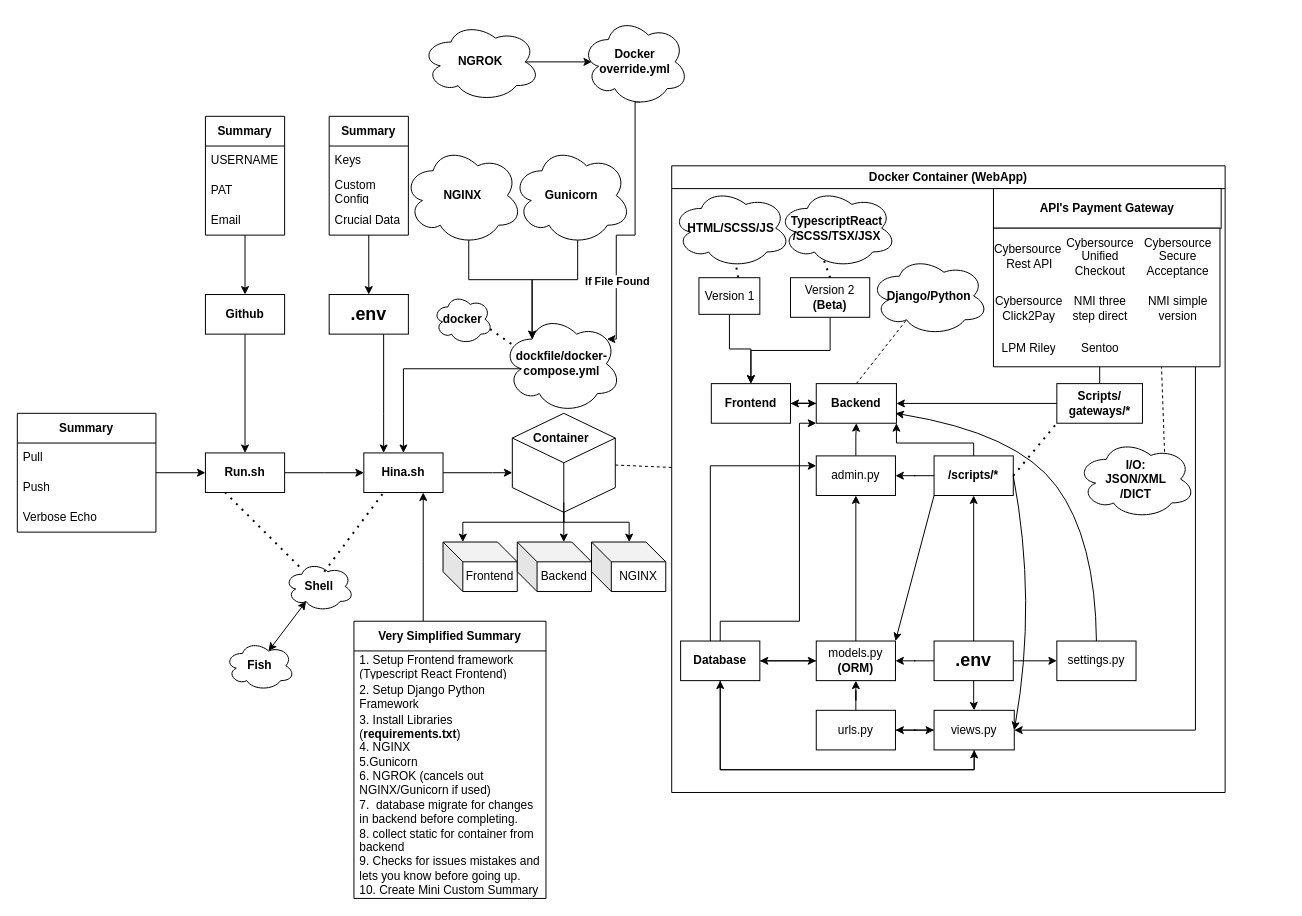
Above: ArchDiagram.drawio in alejandroatacho/diagrams.net (draw.io), before the change. Source tidied: cells renumbered, new cells numbered last; positions are measured from the earlier drawing's top-left corner, leaving out a move shared by most shapes. Both pictures are drawn from the tidied source at 99%, with x=0, y=0 at pixel (17, 17).
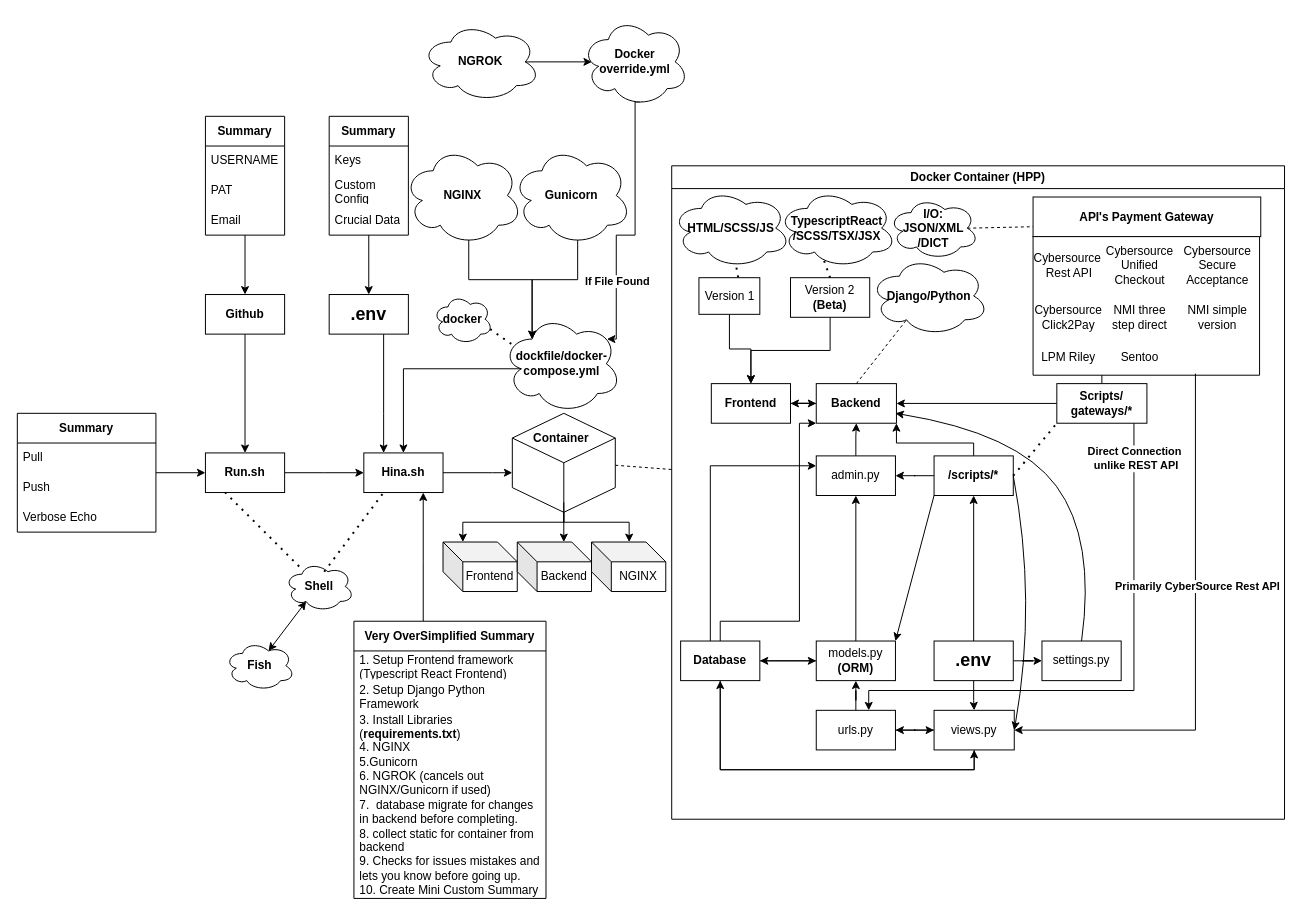
The same diagram, later.

The change refers to these unchanged cells:
```xml
<mxCell id="30" value="&lt;div&gt;models.py&lt;br&gt;&lt;b&gt;(ORM)&lt;/b&gt;&lt;br&gt;&lt;/div&gt;" style="rounded=0;whiteSpace=wrap;html=1;" parent="13" vertex="1">
  <mxGeometry x="146" y="480" width="80" height="40" as="geometry" />
</mxCell>
<mxCell id="32" value="&lt;div&gt;&lt;b&gt;API's Payment Gateway&lt;/b&gt;&lt;/div&gt;" style="rounded=0;whiteSpace=wrap;html=1;" parent="31" vertex="1">
  <mxGeometry x="26" width="230" height="40" as="geometry" />
</mxCell>
<mxCell id="42" style="shape=tableRow;horizontal=0;startSize=0;swimlaneHead=0;swimlaneBody=0;top=0;left=0;bottom=0;right=0;fillColor=none;points=[[0,0.5],[1,0.5]];portConstraint=eastwest;fontSize=16;strokeColor=inherit;" parent="33" vertex="1">
  <mxGeometry y="104" width="228.8" height="36" as="geometry" />
</mxCell>
<mxCell id="57" value="&lt;div&gt;&lt;b&gt;&lt;font style=&quot;font-size: 18px;&quot;&gt;.env&lt;/font&gt;&lt;/b&gt;&lt;/div&gt;" style="rounded=0;whiteSpace=wrap;html=1;" parent="13" vertex="1">
  <mxGeometry x="265" y="480" width="80" height="40" as="geometry" />
</mxCell>
<mxCell id="60" value="&lt;div&gt;views.py&lt;/div&gt;" style="rounded=0;whiteSpace=wrap;html=1;" parent="13" vertex="1">
  <mxGeometry x="265" y="550" width="81" height="40" as="geometry" />
</mxCell>
```

The edit, as a diff of the source:
```diff
@@
-    <mxCell id="9" value="&lt;b&gt;Very Simplified Summary&lt;/b&gt;" style="swimlane;fontStyle=0;horizontal=1;startSize=30;whiteSpace=wrap;html=1;" parent="1" vertex="1">
+    <mxCell id="9" value="&lt;b&gt;Very OverSimplified Summary&lt;/b&gt;" style="swimlane;fontStyle=0;horizontal=1;startSize=30;whiteSpace=wrap;html=1;" parent="1" vertex="1">
       <mxGeometry x="340" y="610" width="194" height="280" as="geometry" />
     </mxCell>
@@
-    <mxCell id="13" value="Docker Container (WebApp)" style="swimlane;whiteSpace=wrap;html=1;" parent="1" vertex="1">
-      <mxGeometry x="661" y="150" width="559" height="633" as="geometry" />
+    <mxCell id="13" value="Docker Container (HPP)" style="swimlane;whiteSpace=wrap;html=1;" parent="1" vertex="1">
+      <mxGeometry x="661" y="150" width="619" height="660" as="geometry" />
     </mxCell>
@@
+    <mxCell id="123" style="edgeStyle=orthogonalEdgeStyle;rounded=0;orthogonalLoop=1;jettySize=auto;html=1;exitX=0.75;exitY=1;exitDx=0;exitDy=0;entryX=0.75;entryY=0;entryDx=0;entryDy=0;" parent="13" edge="1">
+      <mxGeometry relative="1" as="geometry">
+        <mxPoint x="466.9" y="260" as="sourcePoint" />
+        <mxPoint x="199" y="550" as="targetPoint" />
+        <Array as="points">
+          <mxPoint x="467" y="530" />
+          <mxPoint x="199" y="530" />
+        </Array>
+      </mxGeometry>
+    </mxCell>
+    <mxCell id="124" value="&lt;b&gt;Direct Connection&amp;nbsp;&lt;/b&gt;&lt;div&gt;&lt;b&gt;unlike REST API&lt;/b&gt;&lt;/div&gt;" style="edgeLabel;html=1;align=center;verticalAlign=middle;" parent="123" vertex="1">
+      <mxGeometry x="-0.57" y="2" relative="1" as="geometry">
+        <mxPoint y="-85" as="offset" />
+      </mxGeometry>
+    </mxCell>
     <mxCell id="27" value="&lt;div&gt;&lt;b&gt;Scripts/&lt;/b&gt;&lt;/div&gt;&lt;div&gt;&lt;b&gt;gateways/*&lt;/b&gt;&lt;/div&gt;" style="rounded=0;whiteSpace=wrap;html=1;" parent="13" vertex="1">
-      <mxGeometry x="389" y="220" width="86.5" height="40" as="geometry" />
+      <mxGeometry x="389" y="220" width="91" height="40" as="geometry" />
     </mxCell>
@@
     <mxCell id="31" style="group;" parent="13" vertex="1">
-      <mxGeometry x="299" y="23" width="230" height="190" as="geometry" />
+      <mxGeometry x="339" y="31.5" width="230" height="190" as="geometry" />
     </mxCell>
@@
-    <mxCell id="53" style="edgeStyle=orthogonalEdgeStyle;rounded=0;jettySize=auto;html=1;entryX=1;entryY=0.5;entryDx=0;entryDy=0;" parent="13" edge="1" source="57" target="30">
-      <mxGeometry relative="1" as="geometry" />
-    </mxCell>
@@
     <mxCell id="61" value="&lt;div&gt;settings.py&lt;/div&gt;" style="rounded=0;whiteSpace=wrap;html=1;" parent="13" vertex="1">
-      <mxGeometry x="389" y="480" width="80" height="40" as="geometry" />
+      <mxGeometry x="374" y="480" width="80" height="40" as="geometry" />
     </mxCell>
@@
+    <mxCell id="77" style="edgeStyle=orthogonalEdgeStyle;rounded=0;jettySize=auto;html=1;" parent="13" edge="1" target="60">
+      <mxGeometry relative="1" as="geometry">
+        <mxPoint x="529" y="210" as="sourcePoint" />
+        <Array as="points">
+          <mxPoint x="529" y="570" />
+        </Array>
+      </mxGeometry>
+    </mxCell>
+    <mxCell id="125" value="&lt;b&gt;Primarily CyberSource Rest API&lt;/b&gt;" style="edgeLabel;html=1;align=center;verticalAlign=middle;" parent="77" vertex="1">
+      <mxGeometry x="-0.21" y="1" relative="1" as="geometry" />
+    </mxCell>
     <mxCell id="75" value="&lt;b&gt;I/O:&lt;br&gt;JSON/XML&lt;/b&gt;&lt;div&gt;&lt;b&gt;/DICT&lt;/b&gt;&lt;/div&gt;" style="ellipse;shape=cloud;whiteSpace=wrap;html=1;" parent="13" vertex="1">
-      <mxGeometry x="409" y="276.5" width="120" height="80" as="geometry" />
+      <mxGeometry x="219" y="31.5" width="91" height="63" as="geometry" />
     </mxCell>
-    <mxCell id="76" style="endArrow=none;dashed=1;html=1;rounded=0;entryX=0.742;entryY=1.011;entryDx=0;entryDy=0;entryPerimeter=0;exitX=0.74;exitY=0.154;exitDx=0;exitDy=0;exitPerimeter=0;" parent="13" edge="1" source="75" target="42">
+    <mxCell id="76" style="endArrow=none;dashed=1;html=1;rounded=0;entryX=0;entryY=0.75;entryDx=0;entryDy=0;exitX=0.875;exitY=0.5;exitDx=0;exitDy=0;exitPerimeter=0;" parent="13" edge="1" source="75" target="32">
       <mxGeometry relative="1" as="geometry" />
     </mxCell>
-    <mxCell id="77" style="edgeStyle=orthogonalEdgeStyle;rounded=0;jettySize=auto;html=1;" parent="13" edge="1" target="60">
-      <mxGeometry relative="1" as="geometry">
-        <mxPoint x="529" y="203" as="sourcePoint" />
-        <Array as="points">
-          <mxPoint x="529" y="203" />
-          <mxPoint x="529" y="570" />
-          <mxPoint x="390" y="570" />
-        </Array>
-      </mxGeometry>
-    </mxCell>
```
